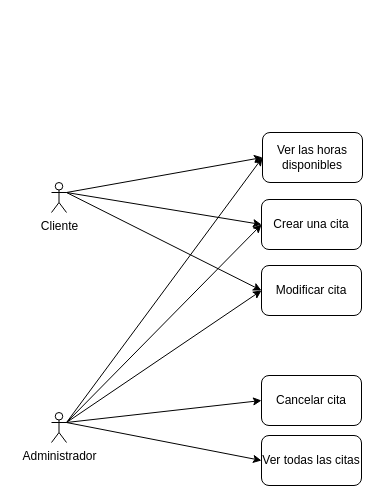
Before: Aranxa-app.drawio in Buhuk/diagramas, a draw.io diagram. Source tidied: cells renumbered, new cells numbered last; positions are measured from the earlier drawing's top-left corner, leaving out a move shared by most shapes. Both pictures are drawn from the tidied source at 100%, with x=0, y=0 at pixel (51, 132).
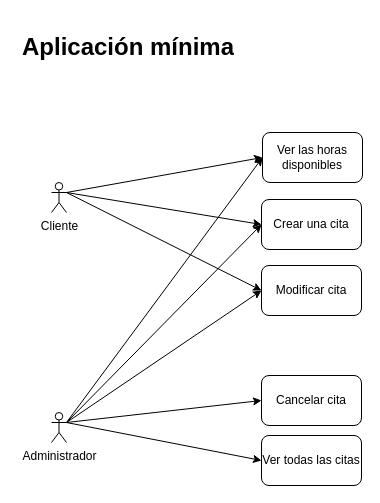
The same page after the edit.

What changed in the source:
```diff
@@
 <mxGraphModel>
   <root>
     <mxCell id="0" />
     <mxCell id="1" parent="0" />
     <mxCell id="2" value="Cliente" style="shape=umlActor;verticalLabelPosition=bottom;verticalAlign=top;html=1;outlineConnect=0;" parent="1" vertex="1">
       <mxGeometry y="50" width="15" height="30" as="geometry" />
     </mxCell>
     <mxCell id="3" value="&lt;div&gt;Administrador&lt;/div&gt;" style="shape=umlActor;verticalLabelPosition=bottom;verticalAlign=top;html=1;outlineConnect=0;" parent="1" vertex="1">
       <mxGeometry y="280" width="15" height="30" as="geometry" />
     </mxCell>
     <mxCell id="4" value="Ver las horas disponibles" style="rounded=1;whiteSpace=wrap;html=1;" parent="1" vertex="1">
       <mxGeometry x="211" width="100" height="50" as="geometry" />
     </mxCell>
     <mxCell id="5" value="Crear una cita" style="rounded=1;whiteSpace=wrap;html=1;" parent="1" vertex="1">
       <mxGeometry x="210" y="67" width="100" height="50" as="geometry" />
     </mxCell>
     <mxCell id="6" value="Modificar cita" style="rounded=1;whiteSpace=wrap;html=1;" parent="1" vertex="1">
       <mxGeometry x="210" y="133" width="100" height="50" as="geometry" />
     </mxCell>
     <mxCell id="7" style="endArrow=classic;html=1;rounded=0;exitX=1;exitY=0.3333333333333333;exitDx=0;exitDy=0;exitPerimeter=0;entryX=0;entryY=0.5;entryDx=0;entryDy=0;" parent="1" edge="1" source="2" target="4">
       <mxGeometry relative="1" as="geometry" />
     </mxCell>
     <mxCell id="8" style="endArrow=classic;html=1;rounded=0;exitX=1;exitY=0.3333333333333333;exitDx=0;exitDy=0;exitPerimeter=0;entryX=0;entryY=0.5;entryDx=0;entryDy=0;" parent="1" edge="1" source="2" target="5">
       <mxGeometry relative="1" as="geometry" />
     </mxCell>
     <mxCell id="9" style="endArrow=classic;html=1;rounded=0;entryX=0;entryY=0.5;entryDx=0;entryDy=0;exitX=1;exitY=0.3333333333333333;exitDx=0;exitDy=0;exitPerimeter=0;" parent="1" edge="1" source="2" target="6">
       <mxGeometry relative="1" as="geometry" />
     </mxCell>
     <mxCell id="10" style="endArrow=classic;html=1;rounded=0;exitX=1;exitY=0.3333333333333333;exitDx=0;exitDy=0;exitPerimeter=0;entryX=0;entryY=0.5;entryDx=0;entryDy=0;" parent="1" edge="1" source="3" target="5">
       <mxGeometry relative="1" as="geometry" />
     </mxCell>
     <mxCell id="11" style="endArrow=classic;html=1;rounded=0;exitX=1;exitY=0.3333333333333333;exitDx=0;exitDy=0;exitPerimeter=0;entryX=0;entryY=0.5;entryDx=0;entryDy=0;" parent="1" edge="1" source="3" target="6">
       <mxGeometry relative="1" as="geometry" />
     </mxCell>
     <mxCell id="12" style="endArrow=classic;html=1;rounded=0;entryX=0;entryY=0.5;entryDx=0;entryDy=0;exitX=1;exitY=0.3333333333333333;exitDx=0;exitDy=0;exitPerimeter=0;" parent="1" edge="1" source="3" target="4">
       <mxGeometry relative="1" as="geometry" />
     </mxCell>
     <mxCell id="13" value="Cancelar cita" style="rounded=1;whiteSpace=wrap;html=1;" parent="1" vertex="1">
       <mxGeometry x="210" y="243" width="100" height="50" as="geometry" />
     </mxCell>
     <mxCell id="14" style="endArrow=classic;html=1;rounded=0;exitX=1;exitY=0.3333333333333333;exitDx=0;exitDy=0;exitPerimeter=0;entryX=0;entryY=0.5;entryDx=0;entryDy=0;" parent="1" edge="1" source="3" target="13">
       <mxGeometry relative="1" as="geometry" />
     </mxCell>
     <mxCell id="15" value="Ver todas las citas" style="rounded=1;whiteSpace=wrap;html=1;" parent="1" vertex="1">
       <mxGeometry x="210" y="303" width="100" height="50" as="geometry" />
     </mxCell>
     <mxCell id="16" style="endArrow=classic;html=1;rounded=0;exitX=1;exitY=0.3333333333333333;exitDx=0;exitDy=0;exitPerimeter=0;entryX=0;entryY=0.5;entryDx=0;entryDy=0;" parent="1" edge="1" source="3" target="15">
       <mxGeometry relative="1" as="geometry" />
     </mxCell>
+    <mxCell id="17" value="&lt;h1&gt;Aplicación mínima&lt;br&gt;&lt;/h1&gt;" style="text;html=1;strokeColor=none;fillColor=none;spacing=5;spacingTop=-20;whiteSpace=wrap;overflow=hidden;rounded=0;" parent="1" vertex="1">
+      <mxGeometry x="-34" y="-105" width="293" height="40" as="geometry" />
+    </mxCell>
   </root>
 </mxGraphModel>
```
